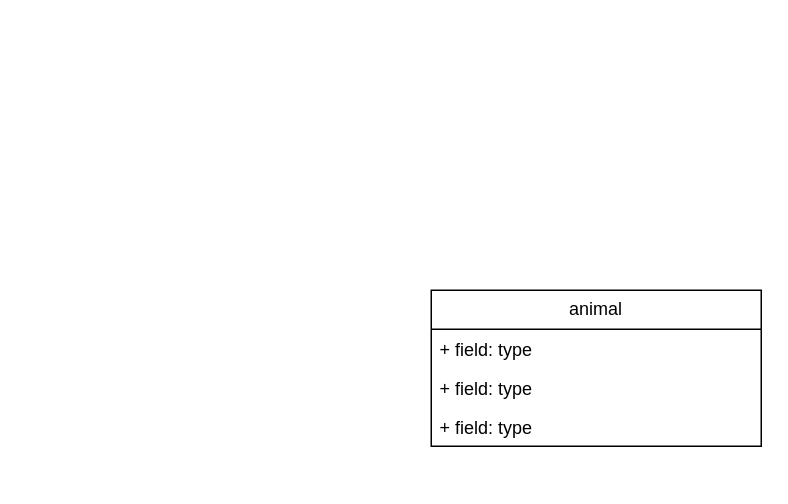
The draw.io diagram mainUML.drawio in ErikFogelstrand/OOPP-eenn, before the edit. Source tidied: cells renumbered, new cells numbered last; positions are measured from the earlier drawing's top-left corner, leaving out a move shared by most shapes. Both pictures are drawn from the tidied source at 150%, with x=0, y=0 at pixel (430, 290).
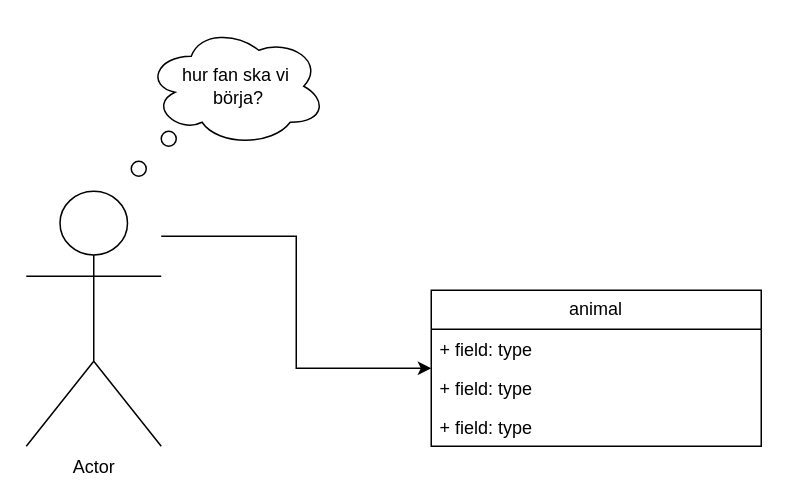
Above is the later version.

Diff of the diagram source:
```diff
@@
 <mxGraphModel>
   <root>
     <mxCell id="0" />
     <mxCell id="1" parent="0" />
     <mxCell id="2" value="animal" style="swimlane;fontStyle=0;horizontal=1;startSize=26;fillColor=none;whiteSpace=wrap;html=1;" parent="1" vertex="1">
       <mxGeometry width="220" height="104" as="geometry" />
     </mxCell>
     <mxCell id="3" value="+ field: type" style="text;strokeColor=none;fillColor=none;align=left;verticalAlign=top;spacingLeft=4;spacingRight=4;overflow=hidden;whiteSpace=wrap;html=1;" parent="2" vertex="1">
       <mxGeometry y="26" width="220" height="26" as="geometry" />
     </mxCell>
     <mxCell id="4" value="+ field: type" style="text;strokeColor=none;fillColor=none;align=left;verticalAlign=top;spacingLeft=4;spacingRight=4;overflow=hidden;whiteSpace=wrap;html=1;" parent="2" vertex="1">
       <mxGeometry y="52" width="220" height="26" as="geometry" />
     </mxCell>
     <mxCell id="5" value="+ field: type" style="text;strokeColor=none;fillColor=none;align=left;verticalAlign=top;spacingLeft=4;spacingRight=4;overflow=hidden;whiteSpace=wrap;html=1;" parent="2" vertex="1">
       <mxGeometry y="78" width="220" height="26" as="geometry" />
     </mxCell>
+    <mxCell id="6" style="edgeStyle=orthogonalEdgeStyle;rounded=0;jettySize=auto;html=1;" parent="1" edge="1" source="7" target="2">
+      <mxGeometry relative="1" as="geometry">
+        <Array as="points">
+          <mxPoint x="-90" y="-36" />
+          <mxPoint x="-90" y="52" />
+        </Array>
+      </mxGeometry>
+    </mxCell>
+    <mxCell id="7" value="Actor" style="shape=umlActor;verticalLabelPosition=bottom;verticalAlign=top;html=1;outlineConnect=0;" parent="1" vertex="1">
+      <mxGeometry x="-270" y="-66" width="90" height="170" as="geometry" />
+    </mxCell>
+    <mxCell id="8" value="&lt;div&gt;hur fan ska vi&lt;/div&gt;&lt;div&gt;&amp;nbsp;börja?&lt;/div&gt;" style="ellipse;shape=cloud;whiteSpace=wrap;html=1;" parent="1" vertex="1">
+      <mxGeometry x="-190" y="-176" width="120" height="80" as="geometry" />
+    </mxCell>
+    <mxCell id="9" style="ellipse;whiteSpace=wrap;html=1;" parent="1" vertex="1">
+      <mxGeometry x="-200" y="-86" width="10" height="10" as="geometry" />
+    </mxCell>
+    <mxCell id="10" style="ellipse;whiteSpace=wrap;html=1;" parent="1" vertex="1">
+      <mxGeometry x="-180" y="-106" width="10" height="10" as="geometry" />
+    </mxCell>
   </root>
 </mxGraphModel>
```
